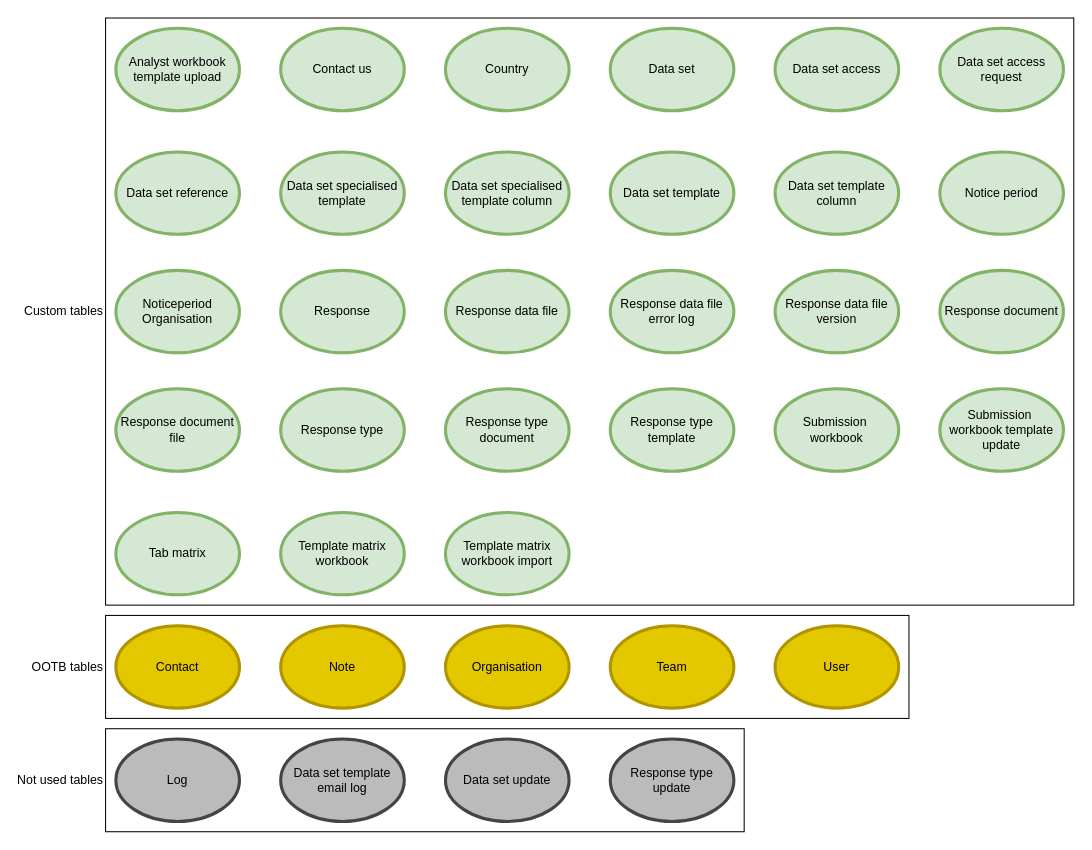
Before: page "Tables" (3 of 13) of Data portal.drawio in danieldotskc/helloworld, a draw.io diagram. Source tidied: cells renumbered, new cells numbered last; positions are measured from the earlier drawing's top-left corner, leaving out a move shared by most shapes. Both pictures are drawn from the tidied source at 103%, with x=0, y=0 at pixel (105, 18).
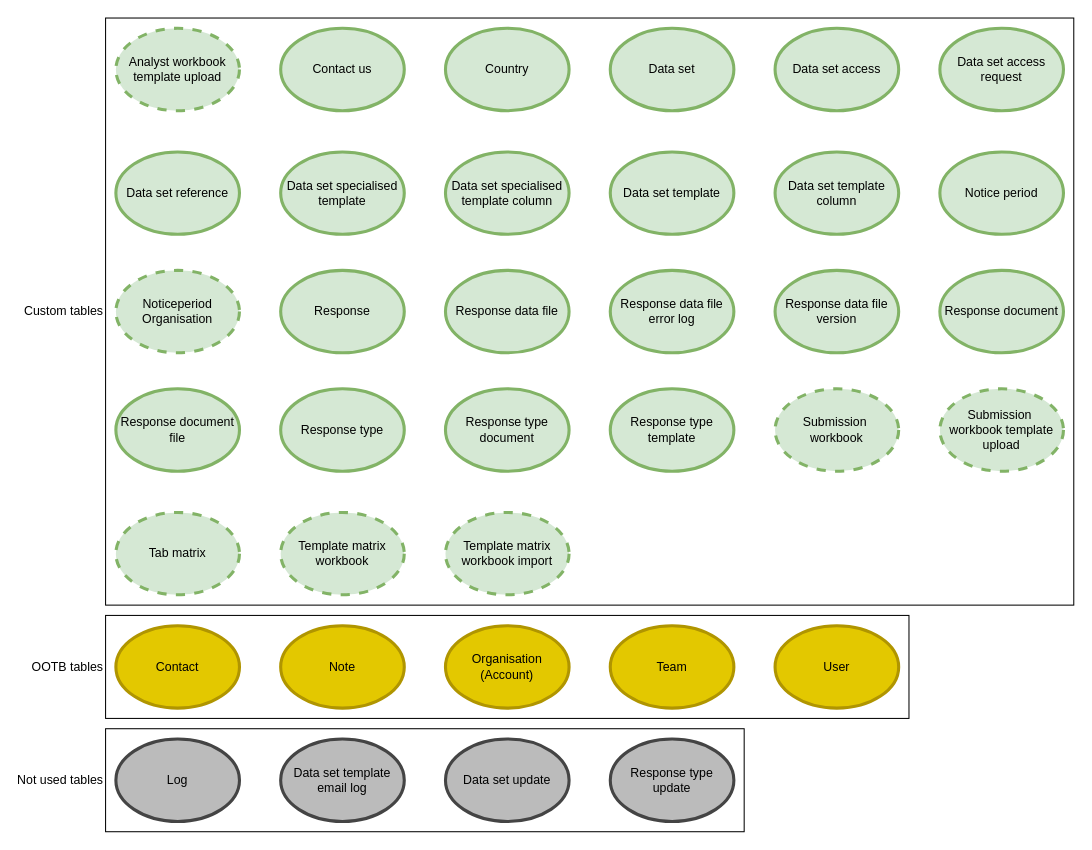
The same diagram, later.

The edit, as a diff of the source:
```diff
@@
-    <mxCell id="3" value="Analyst workbook template upload" style="ellipse;whiteSpace=wrap;html=1;fillColor=#d5e8d4;strokeColor=#82b366;strokeWidth=3;" parent="1" vertex="1">
+    <mxCell id="3" value="Analyst workbook template upload" style="ellipse;whiteSpace=wrap;html=1;fillColor=#d5e8d4;strokeColor=#82b366;strokeWidth=3;dashed=1;" parent="1" vertex="1">
       <mxGeometry x="10" y="10" width="120" height="80" as="geometry" />
     </mxCell>
@@
-    <mxCell id="17" value="Noticeperiod&lt;div&gt;Organisation&lt;/div&gt;" style="ellipse;whiteSpace=wrap;html=1;fillColor=#d5e8d4;strokeColor=#82b366;strokeWidth=3;" parent="1" vertex="1">
+    <mxCell id="17" value="Noticeperiod&lt;div&gt;Organisation&lt;/div&gt;" style="ellipse;whiteSpace=wrap;html=1;fillColor=#d5e8d4;strokeColor=#82b366;strokeWidth=3;dashed=1;" parent="1" vertex="1">
       <mxGeometry x="10" y="245" width="120" height="80" as="geometry" />
     </mxCell>
@@
-    <mxCell id="25" value="Submission&amp;nbsp;&lt;div&gt;workbook&lt;/div&gt;" style="ellipse;whiteSpace=wrap;html=1;fillColor=#d5e8d4;strokeColor=#82b366;strokeWidth=3;" parent="1" vertex="1">
+    <mxCell id="25" value="Submission&amp;nbsp;&lt;div&gt;workbook&lt;/div&gt;" style="ellipse;whiteSpace=wrap;html=1;fillColor=#d5e8d4;strokeColor=#82b366;strokeWidth=3;dashed=1;" parent="1" vertex="1">
       <mxGeometry x="650" y="360" width="120" height="80" as="geometry" />
     </mxCell>
-    <mxCell id="26" value="Submission&amp;nbsp;&lt;div&gt;workbook template update&lt;/div&gt;" style="ellipse;whiteSpace=wrap;html=1;fillColor=#d5e8d4;strokeColor=#82b366;strokeWidth=3;" parent="1" vertex="1">
+    <mxCell id="26" value="Submission&amp;nbsp;&lt;div&gt;workbook template upload&lt;/div&gt;" style="ellipse;whiteSpace=wrap;html=1;fillColor=#d5e8d4;strokeColor=#82b366;strokeWidth=3;dashed=1;" parent="1" vertex="1">
       <mxGeometry x="810" y="360" width="120" height="80" as="geometry" />
     </mxCell>
-    <mxCell id="27" value="Template matrix workbook import" style="ellipse;whiteSpace=wrap;html=1;fillColor=#d5e8d4;strokeColor=#82b366;strokeWidth=3;" parent="1" vertex="1">
+    <mxCell id="27" value="Template matrix workbook import" style="ellipse;whiteSpace=wrap;html=1;fillColor=#d5e8d4;strokeColor=#82b366;strokeWidth=3;dashed=1;" parent="1" vertex="1">
       <mxGeometry x="330" y="480" width="120" height="80" as="geometry" />
     </mxCell>
-    <mxCell id="28" value="Template matrix workbook" style="ellipse;whiteSpace=wrap;html=1;fillColor=#d5e8d4;strokeColor=#82b366;strokeWidth=3;" parent="1" vertex="1">
+    <mxCell id="28" value="Template matrix workbook" style="ellipse;whiteSpace=wrap;html=1;fillColor=#d5e8d4;strokeColor=#82b366;strokeWidth=3;dashed=1;" parent="1" vertex="1">
       <mxGeometry x="170" y="480" width="120" height="80" as="geometry" />
     </mxCell>
-    <mxCell id="29" value="Tab matrix" style="ellipse;whiteSpace=wrap;html=1;fillColor=#d5e8d4;strokeColor=#82b366;strokeWidth=3;" parent="1" vertex="1">
+    <mxCell id="29" value="Tab matrix" style="ellipse;whiteSpace=wrap;html=1;fillColor=#d5e8d4;strokeColor=#82b366;strokeWidth=3;dashed=1;" parent="1" vertex="1">
       <mxGeometry x="10" y="480" width="120" height="80" as="geometry" />
     </mxCell>
@@
-    <mxCell id="38" value="Organisation" style="ellipse;whiteSpace=wrap;html=1;fillColor=#e3c800;strokeColor=#B09500;strokeWidth=3;fontColor=#000000;" parent="1" vertex="1">
+    <mxCell id="38" value="Organisation&lt;div&gt;(Account)&lt;/div&gt;" style="ellipse;whiteSpace=wrap;html=1;fillColor=#e3c800;strokeColor=#B09500;strokeWidth=3;fontColor=#000000;" parent="1" vertex="1">
       <mxGeometry x="330" y="590" width="120" height="80" as="geometry" />
     </mxCell>
```
